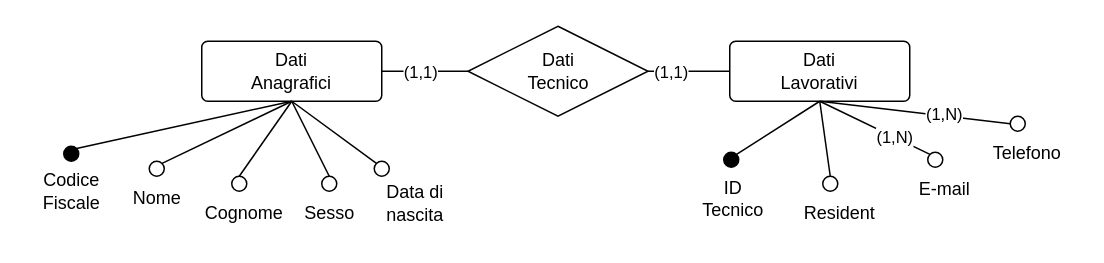
Earlier version of the draw.io diagram Diagrammi/tecnico2.drawio (fedeStaffo/Progetto_Basi_di_dati). Source tidied: cells renumbered, new cells numbered last; positions are measured from the earlier drawing's top-left corner, leaving out a move shared by most shapes. Both pictures are drawn from the tidied source at 150%, with x=0, y=0 at pixel (26, 26).
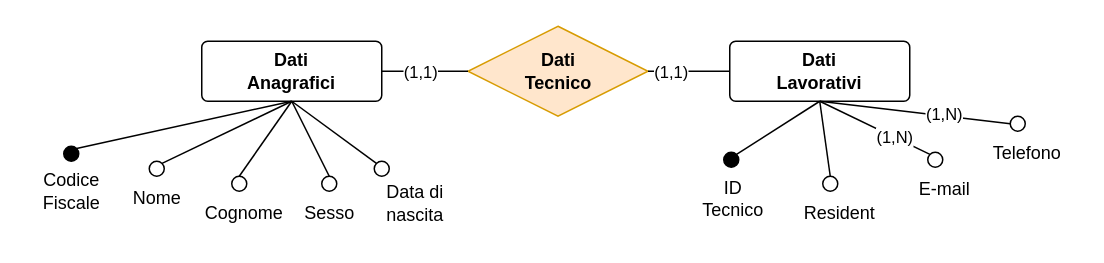
After the change.

The edit, as a diff of the source:
```diff
@@
-    <mxCell id="2" value="Dati&lt;br&gt;Lavorativi" style="rounded=1;arcSize=10;whiteSpace=wrap;html=1;align=center;" parent="1" vertex="1">
+    <mxCell id="2" value="&lt;b&gt;Dati&lt;br&gt;Lavorativi&lt;/b&gt;" style="rounded=1;arcSize=10;whiteSpace=wrap;html=1;align=center;" parent="1" vertex="1">
       <mxGeometry x="469" y="10" width="120" height="40" as="geometry" />
     </mxCell>
@@
-    <mxCell id="19" value="Dati&lt;br&gt;Anagrafici" style="rounded=1;arcSize=10;whiteSpace=wrap;html=1;align=center;" parent="1" vertex="1">
+    <mxCell id="19" value="&lt;b&gt;Dati&lt;br&gt;Anagrafici&lt;/b&gt;" style="rounded=1;arcSize=10;whiteSpace=wrap;html=1;align=center;" parent="1" vertex="1">
       <mxGeometry x="117" y="10" width="120" height="40" as="geometry" />
     </mxCell>
@@
-    <mxCell id="33" value="Dati&lt;br&gt;Tecnico" style="shape=rhombus;perimeter=rhombusPerimeter;whiteSpace=wrap;html=1;align=center;" parent="1" vertex="1">
+    <mxCell id="33" value="&lt;b&gt;Dati&lt;br&gt;Tecnico&lt;/b&gt;" style="shape=rhombus;perimeter=rhombusPerimeter;whiteSpace=wrap;html=1;align=center;fillColor=#ffe6cc;strokeColor=#d79b00;" parent="1" vertex="1">
       <mxGeometry x="294.5" width="120" height="60" as="geometry" />
     </mxCell>
```
